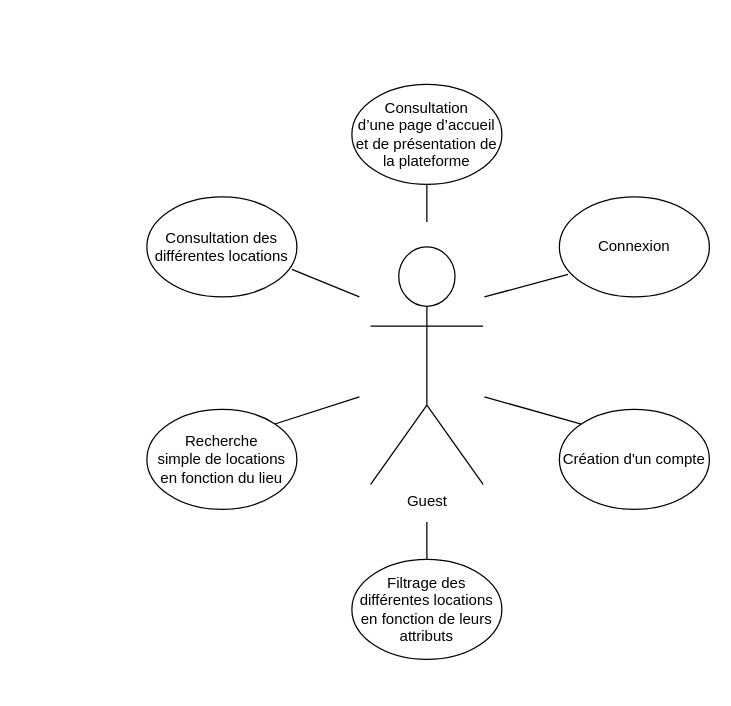
Before: Documentation/UseCases - Scenarios/UseCases/UseCases - Guest.drawio in AxelPittet/TPI_2023, a draw.io diagram. Source tidied: cells renumbered, new cells numbered last; positions are measured from the earlier drawing's top-left corner, leaving out a move shared by most shapes. Both pictures are drawn from the tidied source at 125%, with x=0, y=0 at pixel (146, 84).
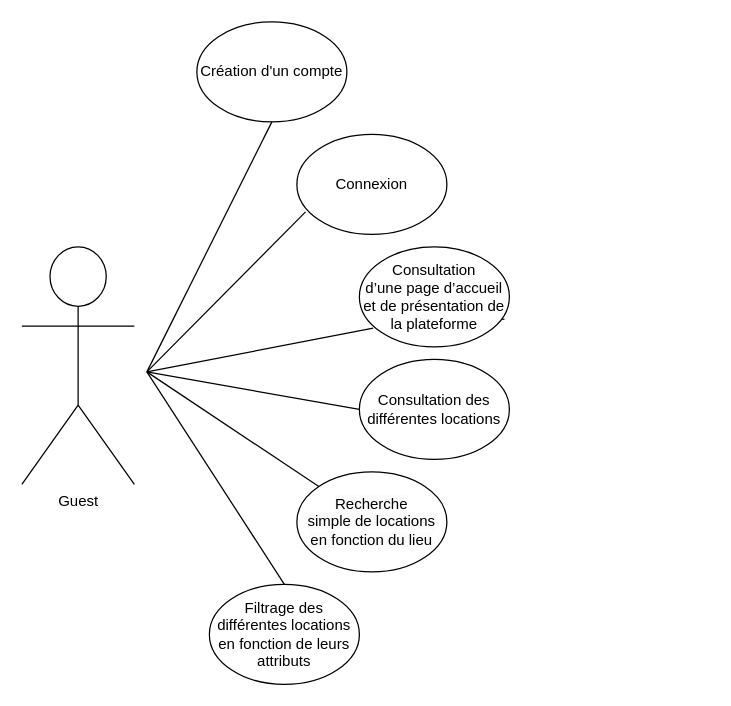
Above is the later version.

Commit message (it also covers changes not shown here):
Re-schématisation des use cases

Change to the diagram source:
```diff
@@
     <mxCell id="2" value="Guest" style="shape=umlActor;verticalLabelPosition=bottom;verticalAlign=top;html=1;" parent="1" vertex="1">
-      <mxGeometry x="179" y="130" width="90" height="190" as="geometry" />
+      <mxGeometry x="-100" y="130" width="90" height="190" as="geometry" />
     </mxCell>
-    <mxCell id="3" value="Consultation&lt;br&gt;d’une page d’accueil et de présentation de la plateforme" style="ellipse;whiteSpace=wrap;html=1;" parent="1" vertex="1">
-      <mxGeometry x="164" width="120" height="80" as="geometry" />
-    </mxCell>
     <mxCell id="4" value="Consultation des différentes locations" style="ellipse;whiteSpace=wrap;html=1;" parent="1" vertex="1">
-      <mxGeometry y="90" width="120" height="80" as="geometry" />
+      <mxGeometry x="170" y="220" width="120" height="80" as="geometry" />
     </mxCell>
     <mxCell id="5" value="&lt;span style=&quot;text-indent: -18pt; background-color: initial;&quot; lang=&quot;FR&quot;&gt;Filtrage des différentes locations en fonction de leurs attributs&lt;/span&gt;" style="ellipse;whiteSpace=wrap;html=1;" parent="1" vertex="1">
-      <mxGeometry x="164" y="380" width="120" height="80" as="geometry" />
+      <mxGeometry x="50" y="400" width="120" height="80" as="geometry" />
     </mxCell>
     <mxCell id="6" value="&lt;span style=&quot;color: rgb(0, 0, 0); font-family: Helvetica; font-size: 12px; font-style: normal; font-variant-ligatures: normal; font-variant-caps: normal; font-weight: 400; letter-spacing: normal; orphans: 2; text-align: left; text-indent: 0px; text-transform: none; widows: 2; word-spacing: 0px; -webkit-text-stroke-width: 0px; background-color: rgb(251, 251, 251); text-decoration-thickness: initial; text-decoration-style: initial; text-decoration-color: initial; float: none; display: inline !important;&quot;&gt;Recherche&lt;/span&gt;&lt;br style=&quot;border-color: var(--border-color); color: rgb(0, 0, 0); font-family: Helvetica; font-size: 12px; font-style: normal; font-variant-ligatures: normal; font-variant-caps: normal; font-weight: 400; letter-spacing: normal; orphans: 2; text-align: left; text-indent: 0px; text-transform: none; widows: 2; word-spacing: 0px; -webkit-text-stroke-width: 0px; background-color: rgb(251, 251, 251); text-decoration-thickness: initial; text-decoration-style: initial; text-decoration-color: initial;&quot;&gt;&lt;span style=&quot;color: rgb(0, 0, 0); font-family: Helvetica; font-size: 12px; font-style: normal; font-variant-ligatures: normal; font-variant-caps: normal; font-weight: 400; letter-spacing: normal; orphans: 2; text-align: left; text-indent: 0px; text-transform: none; widows: 2; word-spacing: 0px; -webkit-text-stroke-width: 0px; background-color: rgb(251, 251, 251); text-decoration-thickness: initial; text-decoration-style: initial; text-decoration-color: initial; float: none; display: inline !important;&quot;&gt;simple de locations en fonction du lieu&lt;/span&gt;" style="ellipse;whiteSpace=wrap;html=1;" parent="1" vertex="1">
-      <mxGeometry y="260" width="120" height="80" as="geometry" />
+      <mxGeometry x="120" y="310" width="120" height="80" as="geometry" />
     </mxCell>
     <mxCell id="7" value="&lt;span style=&quot;text-indent: -18pt; background-color: initial;&quot; lang=&quot;FR&quot;&gt;Connexion&lt;/span&gt;" style="ellipse;whiteSpace=wrap;html=1;" parent="1" vertex="1">
-      <mxGeometry x="330" y="90" width="120" height="80" as="geometry" />
+      <mxGeometry x="120" y="40" width="120" height="80" as="geometry" />
     </mxCell>
     <mxCell id="8" value="&lt;span style=&quot;text-indent: -18pt; background-color: initial;&quot; lang=&quot;FR&quot;&gt;Création d'un compte&lt;br&gt;&lt;/span&gt;" style="ellipse;whiteSpace=wrap;html=1;" parent="1" vertex="1">
-      <mxGeometry x="330" y="260" width="120" height="80" as="geometry" />
+      <mxGeometry x="40" y="-50" width="120" height="80" as="geometry" />
     </mxCell>
     <mxCell id="9" style="endArrow=none;html=1;rounded=0;entryX=0.5;entryY=0;entryDx=0;entryDy=0;" parent="1" edge="1" target="5">
       <mxGeometry relative="1" as="geometry">
-        <mxPoint x="224" y="350" as="sourcePoint" />
+        <mxPoint y="230" as="sourcePoint" />
       </mxGeometry>
     </mxCell>
-    <mxCell id="10" style="endArrow=none;html=1;rounded=0;entryX=1;entryY=0;entryDx=0;entryDy=0;" parent="1" edge="1" target="6">
+    <mxCell id="10" style="endArrow=none;html=1;rounded=0;entryX=0;entryY=0;entryDx=0;entryDy=0;" parent="1" edge="1" target="6">
       <mxGeometry relative="1" as="geometry">
-        <mxPoint x="170" y="250" as="sourcePoint" />
+        <mxPoint y="230" as="sourcePoint" />
       </mxGeometry>
     </mxCell>
-    <mxCell id="11" style="endArrow=none;html=1;rounded=0;entryX=0.967;entryY=0.725;entryDx=0;entryDy=0;entryPerimeter=0;" parent="1" edge="1" target="4">
+    <mxCell id="11" style="endArrow=none;html=1;rounded=0;entryX=0;entryY=0.5;entryDx=0;entryDy=0;" parent="1" edge="1" target="4">
       <mxGeometry relative="1" as="geometry">
-        <mxPoint x="170" y="170" as="sourcePoint" />
+        <mxPoint y="230" as="sourcePoint" />
       </mxGeometry>
     </mxCell>
-    <mxCell id="12" style="endArrow=none;html=1;rounded=0;entryX=0.5;entryY=1;entryDx=0;entryDy=0;" parent="1" edge="1" target="3">
+    <mxCell id="12" style="endArrow=none;html=1;rounded=0;entryX=0.092;entryY=0.813;entryDx=0;entryDy=0;entryPerimeter=0;" parent="1" edge="1" target="3">
       <mxGeometry relative="1" as="geometry">
-        <mxPoint x="224" y="110" as="sourcePoint" />
+        <mxPoint y="230" as="sourcePoint" />
       </mxGeometry>
     </mxCell>
-    <mxCell id="13" style="endArrow=none;html=1;rounded=0;entryX=0;entryY=0;entryDx=0;entryDy=0;" parent="1" edge="1" target="8">
+    <mxCell id="13" style="endArrow=none;html=1;rounded=0;entryX=0.5;entryY=1;entryDx=0;entryDy=0;" parent="1" edge="1" target="8">
       <mxGeometry relative="1" as="geometry">
-        <mxPoint x="270" y="250" as="sourcePoint" />
+        <mxPoint y="230" as="sourcePoint" />
       </mxGeometry>
     </mxCell>
     <mxCell id="14" style="endArrow=none;html=1;rounded=0;entryX=0.058;entryY=0.775;entryDx=0;entryDy=0;entryPerimeter=0;" parent="1" edge="1" target="7">
       <mxGeometry relative="1" as="geometry">
-        <mxPoint x="270" y="170" as="sourcePoint" />
+        <mxPoint y="230" as="sourcePoint" />
       </mxGeometry>
     </mxCell>
+    <mxCell id="15" style="endArrow=none;html=1;rounded=0;entryX=0.967;entryY=0.725;entryDx=0;entryDy=0;entryPerimeter=0;" parent="1" edge="1" target="3">
+      <mxGeometry relative="1" as="geometry">
+        <mxPoint x="170" y="170" as="sourcePoint" />
+      </mxGeometry>
+    </mxCell>
+    <mxCell id="3" value="Consultation&lt;br&gt;d’une page d’accueil et de présentation de la plateforme" style="ellipse;whiteSpace=wrap;html=1;" parent="1" vertex="1">
+      <mxGeometry x="170" y="130" width="120" height="80" as="geometry" />
+    </mxCell>
```
